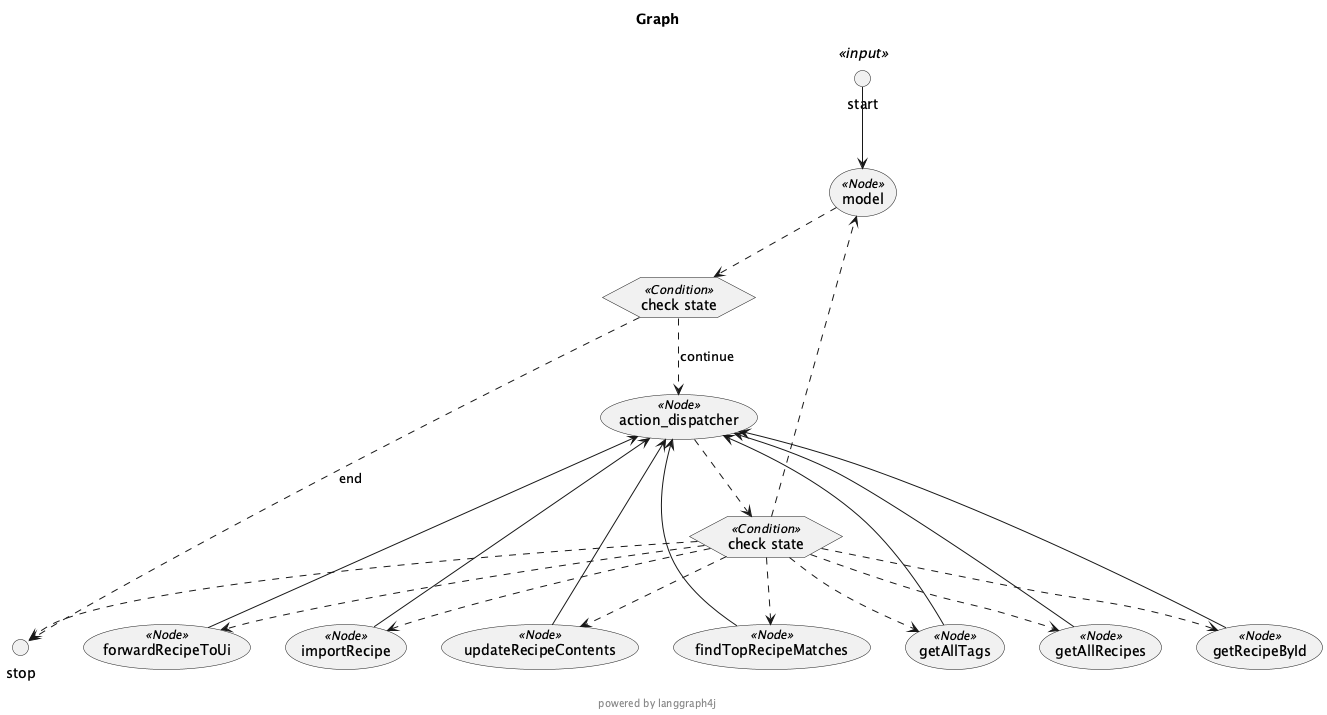
Before: server/graph.png, a diagram exported from PlantUML (jacagen/jrecipe).
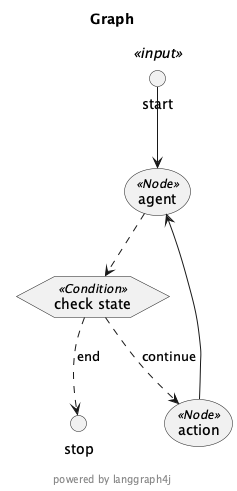
The same file after the commit.

Diff of the diagram source:
```diff
@@ -10,36 +10,12 @@
 end footer
 circle start<<input>> as __START__
 circle stop as __END__
-usecase "model"<<Node>>
-usecase "action_dispatcher"<<Node>>
-usecase "getAllRecipes"<<Node>>
-usecase "getRecipeById"<<Node>>
-usecase "forwardRecipeToUi"<<Node>>
-usecase "updateRecipeContents"<<Node>>
-usecase "findTopRecipeMatches"<<Node>>
-usecase "importRecipe"<<Node>>
-usecase "getAllTags"<<Node>>
+usecase "agent"<<Node>>
+usecase "action"<<Node>>
 hexagon "check state" as condition1<<Condition>>
-hexagon "check state" as condition2<<Condition>>
-"__START__" -down-> "model"
-"model" .down.> "condition1"
-"condition1" .down.> "action_dispatcher": "continue"
+"__START__" -down-> "agent"
+"agent" .down.> "condition1"
+"condition1" .down.> "action": "continue"
 "condition1" .down.> "__END__": "end"
-"getAllRecipes" -down-> "action_dispatcher"
-"getRecipeById" -down-> "action_dispatcher"
-"forwardRecipeToUi" -down-> "action_dispatcher"
-"updateRecipeContents" -down-> "action_dispatcher"
-"findTopRecipeMatches" -down-> "action_dispatcher"
-"importRecipe" -down-> "action_dispatcher"
-"getAllTags" -down-> "action_dispatcher"
-"action_dispatcher" .down.> "condition2"
-"condition2" .down.> "model"
-"condition2" .down.> "__END__"
-"condition2" .down.> "getAllRecipes"
-"condition2" .down.> "getRecipeById"
-"condition2" .down.> "forwardRecipeToUi"
-"condition2" .down.> "updateRecipeContents"
-"condition2" .down.> "findTopRecipeMatches"
-"condition2" .down.> "importRecipe"
-"condition2" .down.> "getAllTags"
+"action" -down-> "agent"
 @enduml
```
